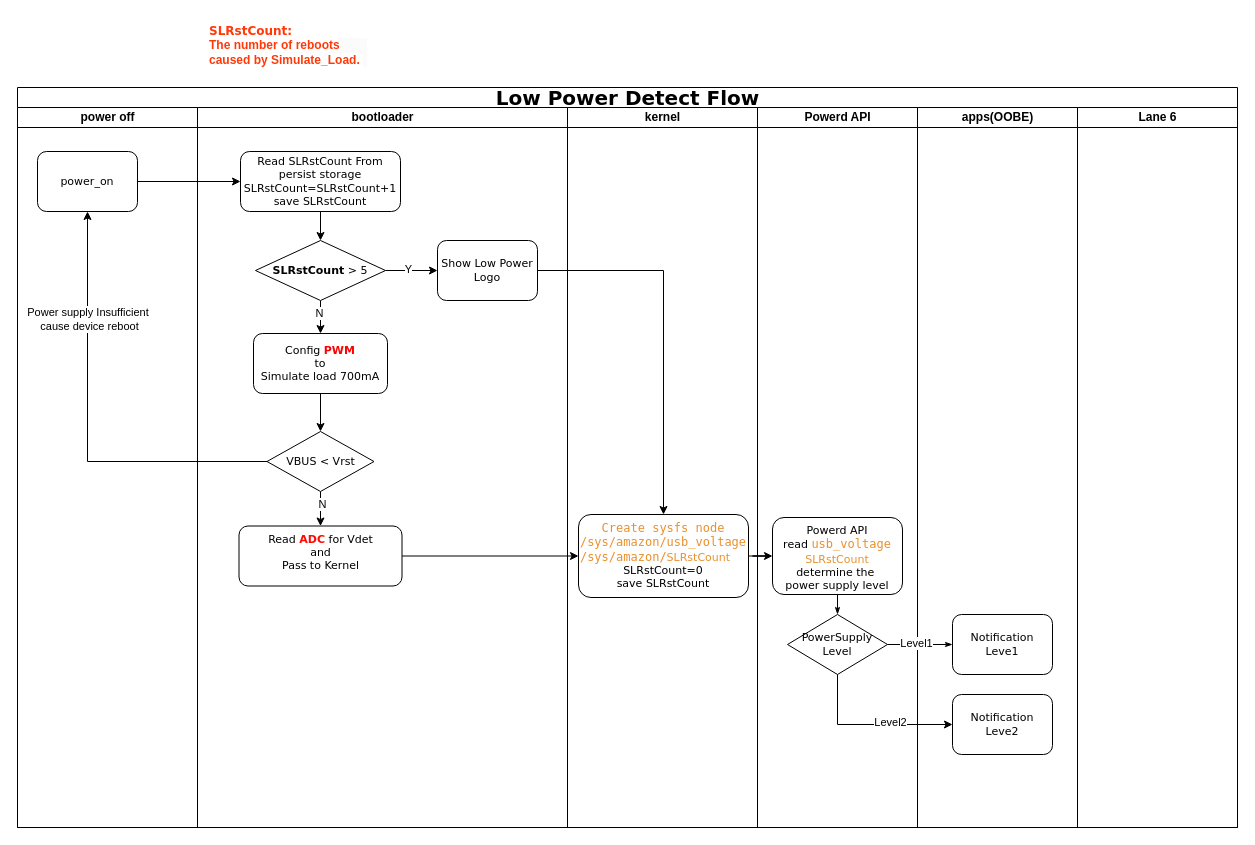
This is low_power_detect.drawio from skyliangbogit/test, a draw.io file, before an edit. Source tidied: cells renumbered, new cells numbered last; positions are measured from the earlier drawing's top-left corner, leaving out a move shared by most shapes. Both pictures are drawn from the tidied source at 100%, with x=0, y=0 at pixel (17, 17).
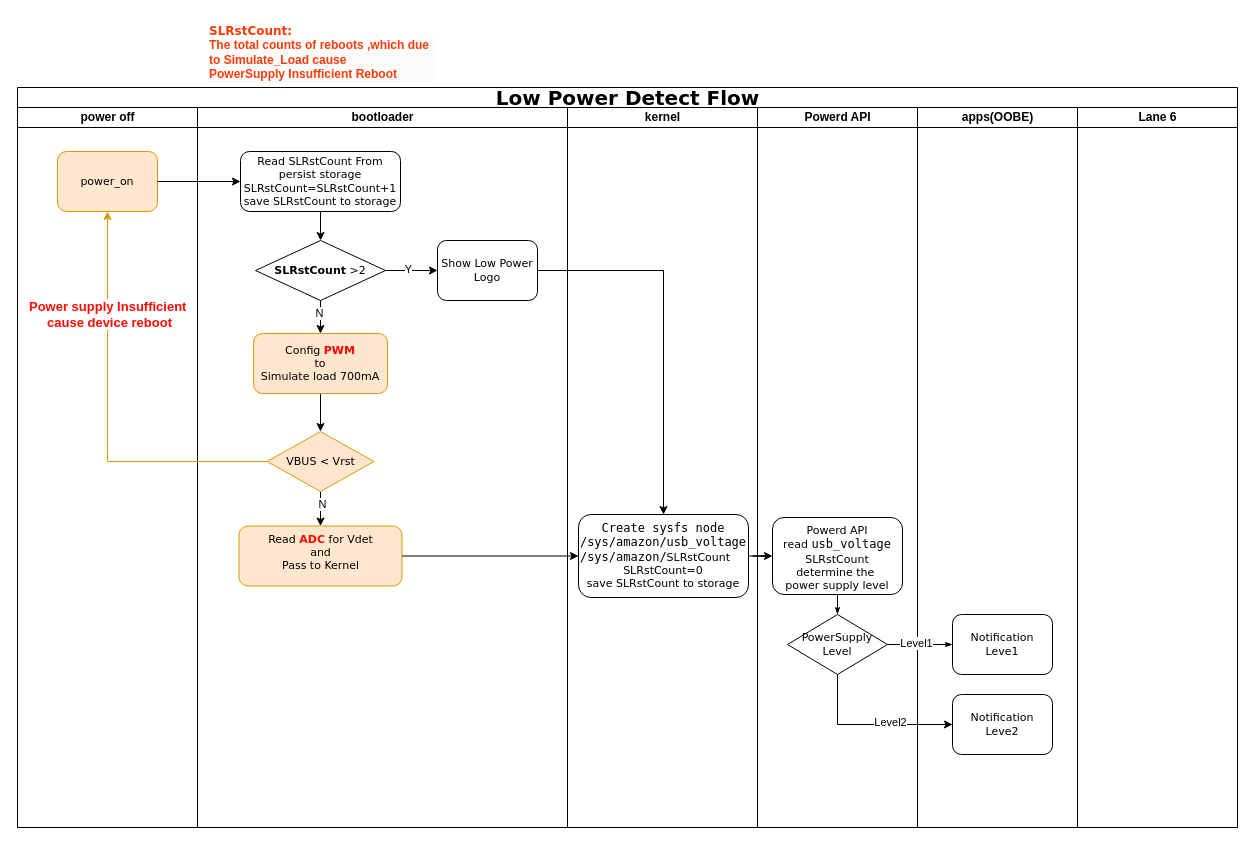
The same page after the edit.

Unchanged cells that the change refers to:
```xml
<mxCell id="3" value="power off" style="swimlane;html=1;startSize=20;" parent="2" vertex="1">
  <mxGeometry y="20" width="180" height="720" as="geometry" />
</mxCell>
<mxCell id="22" value="Powerd API" style="swimlane;html=1;startSize=20;" parent="2" vertex="1">
  <mxGeometry x="740" y="20" width="160" height="720" as="geometry" />
</mxCell>
```

Change to the diagram source:
```diff
@@
-    <mxCell id="2" value="&lt;font style=&quot;font-size: 20px;&quot;&gt;Low Power Detect Flow&lt;/font&gt;" style="swimlane;html=1;startSize=20;rounded=0;shadow=0;labelBackgroundColor=none;strokeWidth=1;fontFamily=Verdana;fontSize=8;align=center;" parent="1" vertex="1">
+    <mxCell id="2" value="&lt;font style=&quot;font-size: 20px;&quot;&gt;Low Power Detect Flow&lt;/font&gt;" style="swimlane;html=1;startSize=20;rounded=0;shadow=0;labelBackgroundColor=none;strokeWidth=1;fontFamily=Verdana;fontSize=8;align=center;swimlaneFillColor=default;" parent="1" vertex="1">
       <mxGeometry y="70" width="1220" height="740" as="geometry" />
     </mxCell>
@@
-    <mxCell id="4" value="power_on" style="rounded=1;whiteSpace=wrap;html=1;shadow=0;labelBackgroundColor=none;strokeWidth=1;fontFamily=Verdana;fontSize=11;align=center;" parent="3" vertex="1">
-      <mxGeometry x="20" y="44" width="100" height="60" as="geometry" />
+    <mxCell id="4" value="power_on" style="rounded=1;whiteSpace=wrap;html=1;shadow=0;labelBackgroundColor=none;strokeWidth=1;fontFamily=Verdana;fontSize=11;align=center;fillColor=#ffe6cc;strokeColor=#d79b00;" parent="3" vertex="1">
+      <mxGeometry x="40" y="44" width="100" height="60" as="geometry" />
     </mxCell>
-    <mxCell id="5" value="bootloader" style="swimlane;html=1;startSize=20;" parent="2" vertex="1">
+    <mxCell id="5" value="bootloader" style="swimlane;html=1;startSize=20;swimlaneFillColor=none;" parent="2" vertex="1">
       <mxGeometry x="180" y="20" width="370" height="720" as="geometry" />
     </mxCell>
@@
-    <mxCell id="7" value="Config &lt;b&gt;&lt;font color=&quot;#ff0000&quot;&gt;PWM&lt;/font&gt;&lt;/b&gt;&lt;br&gt;to &lt;br&gt;Simulate load 700mA" style="rounded=1;whiteSpace=wrap;html=1;shadow=0;labelBackgroundColor=none;strokeWidth=1;fontFamily=Verdana;fontSize=11;align=center;" parent="5" vertex="1">
+    <mxCell id="7" value="Config &lt;b&gt;&lt;font color=&quot;#ff0000&quot;&gt;PWM&lt;/font&gt;&lt;/b&gt;&lt;br&gt;to &lt;br&gt;Simulate load 700mA" style="rounded=1;whiteSpace=wrap;html=1;shadow=0;labelBackgroundColor=none;strokeWidth=1;fontFamily=Verdana;fontSize=11;align=center;fillColor=#ffe6cc;strokeColor=#d79b00;" parent="5" vertex="1">
       <mxGeometry x="56" y="226" width="134" height="60" as="geometry" />
     </mxCell>
-    <mxCell id="8" value="Read &lt;b&gt;&lt;font color=&quot;#ff0800&quot;&gt;ADC&lt;/font&gt;&lt;/b&gt; for Vdet&lt;div&gt;and&lt;/div&gt;&lt;div&gt;Pass to Kernel&lt;/div&gt;" style="rounded=1;whiteSpace=wrap;html=1;shadow=0;labelBackgroundColor=none;strokeWidth=1;fontFamily=Verdana;fontSize=11;align=center;verticalAlign=top;" parent="5" vertex="1">
+    <mxCell id="8" value="Read &lt;b&gt;&lt;font color=&quot;#ff0800&quot;&gt;ADC&lt;/font&gt;&lt;/b&gt; for Vdet&lt;div&gt;and&lt;/div&gt;&lt;div&gt;Pass to Kernel&lt;/div&gt;" style="rounded=1;whiteSpace=wrap;html=1;shadow=0;labelBackgroundColor=none;strokeWidth=1;fontFamily=Verdana;fontSize=11;align=center;verticalAlign=top;fillColor=#ffe6cc;strokeColor=#d79b00;" parent="5" vertex="1">
       <mxGeometry x="41.5" y="418.5" width="163" height="60" as="geometry" />
     </mxCell>
@@
-    <mxCell id="11" value="&lt;span style=&quot;font-size: 11px;&quot;&gt;VBUS &amp;lt; Vrst&lt;/span&gt;" style="rhombus;whiteSpace=wrap;html=1;rounded=0;shadow=0;labelBackgroundColor=none;strokeWidth=1;fontFamily=Verdana;fontSize=8;align=center;" parent="5" vertex="1">
+    <mxCell id="11" value="&lt;span style=&quot;font-size: 11px;&quot;&gt;VBUS &amp;lt; Vrst&lt;/span&gt;" style="rhombus;whiteSpace=wrap;html=1;rounded=0;shadow=0;labelBackgroundColor=none;strokeWidth=1;fontFamily=Verdana;fontSize=8;align=center;fillColor=#ffe6cc;strokeColor=#d79b00;" parent="5" vertex="1">
       <mxGeometry x="69.5" y="324" width="107" height="60" as="geometry" />
     </mxCell>
@@
-    <mxCell id="13" value="Read SLRstCount From&lt;div&gt;persist storage&lt;/div&gt;&lt;div&gt;SLRstCount=&lt;span style=&quot;background-color: initial;&quot;&gt;SLRstCount+1&lt;/span&gt;&lt;/div&gt;&lt;div&gt;save&amp;nbsp;&lt;span style=&quot;background-color: initial;&quot;&gt;SLRstCount&lt;/span&gt;&lt;/div&gt;" style="rounded=1;whiteSpace=wrap;html=1;shadow=0;labelBackgroundColor=none;strokeWidth=1;fontFamily=Verdana;fontSize=11;align=center;" parent="5" vertex="1">
+    <mxCell id="13" value="Read SLRstCount From&lt;div&gt;persist storage&lt;/div&gt;&lt;div&gt;SLRstCount=&lt;span style=&quot;background-color: initial;&quot;&gt;SLRstCount+1&lt;/span&gt;&lt;/div&gt;&lt;div&gt;save&amp;nbsp;&lt;span style=&quot;background-color: initial;&quot;&gt;SLRstCount to storage&lt;/span&gt;&lt;/div&gt;" style="rounded=1;whiteSpace=wrap;html=1;shadow=0;labelBackgroundColor=none;strokeWidth=1;fontFamily=Verdana;fontSize=11;align=center;" parent="5" vertex="1">
       <mxGeometry x="43" y="44" width="160" height="60" as="geometry" />
     </mxCell>
@@
-    <mxCell id="16" value="&lt;b style=&quot;font-size: 11px;&quot;&gt;SLRstCount&lt;/b&gt;&lt;span style=&quot;font-size: 11px;&quot;&gt;&amp;nbsp;&amp;gt; 5&lt;/span&gt;" style="rhombus;whiteSpace=wrap;html=1;rounded=0;shadow=0;labelBackgroundColor=none;strokeWidth=1;fontFamily=Verdana;fontSize=8;align=center;" parent="5" vertex="1">
+    <mxCell id="16" value="&lt;b style=&quot;font-size: 11px;&quot;&gt;SLRstCount&lt;/b&gt;&lt;span style=&quot;font-size: 11px;&quot;&gt;&amp;nbsp;&amp;gt;2&lt;/span&gt;" style="rhombus;whiteSpace=wrap;html=1;rounded=0;shadow=0;labelBackgroundColor=none;strokeWidth=1;fontFamily=Verdana;fontSize=8;align=center;" parent="5" vertex="1">
       <mxGeometry x="58" y="133" width="130" height="60" as="geometry" />
     </mxCell>
@@
-    <mxCell id="20" value="kernel" style="swimlane;html=1;startSize=20;" parent="2" vertex="1">
+    <mxCell id="20" value="kernel" style="swimlane;html=1;startSize=20;fillColor=#FFFFFF;strokeColor=#000000;swimlaneFillColor=none;" parent="2" vertex="1">
       <mxGeometry x="550" y="20" width="190" height="720" as="geometry" />
     </mxCell>
-    <mxCell id="21" value="&lt;span style=&quot;color: rgb(232, 145, 45); font-family: Monaco, Menlo, Consolas, &amp;quot;Courier New&amp;quot;, monospace; font-size: 12px; font-variant-ligatures: none; text-align: left; white-space-collapse: preserve; background-color: rgba(232, 232, 232, 0.04);&quot;&gt;Create sysfs node&lt;br&gt;/sys/amazon/usb_voltage&lt;/span&gt;&lt;div&gt;&lt;div style=&quot;text-align: left;&quot;&gt;&lt;span style=&quot;color: rgb(232, 145, 45); font-family: Monaco, Menlo, Consolas, &amp;quot;Courier New&amp;quot;, monospace; font-size: 12px; font-variant-ligatures: none; white-space-collapse: preserve; background-color: rgba(232, 232, 232, 0.04);&quot;&gt;/sys/amazon/&lt;/span&gt;&lt;span style=&quot;background-color: initial; text-align: center;&quot;&gt;&lt;font color=&quot;#e8912d&quot;&gt;SLRstCount&lt;/font&gt;&lt;/span&gt;&lt;/div&gt;&lt;div&gt;SLRstCount=0&lt;/div&gt;&lt;div&gt;save&amp;nbsp;&lt;span style=&quot;background-color: initial;&quot;&gt;SLRstCount&lt;/span&gt;&lt;/div&gt;&lt;/div&gt;" style="rounded=1;whiteSpace=wrap;html=1;shadow=0;labelBackgroundColor=none;strokeWidth=1;fontFamily=Verdana;fontSize=11;align=center;verticalAlign=top;" parent="20" vertex="1">
+    <mxCell id="21" value="&lt;span style=&quot;font-family: Monaco, Menlo, Consolas, &amp;quot;Courier New&amp;quot;, monospace; font-size: 12px; font-variant-ligatures: none; text-align: left; white-space-collapse: preserve; background-color: rgba(232, 232, 232, 0.04);&quot;&gt;Create sysfs node&lt;br&gt;/sys/amazon/usb_voltage&lt;/span&gt;&lt;div&gt;&lt;div style=&quot;text-align: left;&quot;&gt;&lt;span style=&quot;font-family: Monaco, Menlo, Consolas, &amp;quot;Courier New&amp;quot;, monospace; font-size: 12px; font-variant-ligatures: none; white-space-collapse: preserve; background-color: rgba(232, 232, 232, 0.04);&quot;&gt;/sys/amazon/&lt;/span&gt;&lt;span style=&quot;background-color: initial; text-align: center;&quot;&gt;&lt;font&gt;SLRstCount&lt;/font&gt;&lt;/span&gt;&lt;/div&gt;&lt;div&gt;SLRstCount=0&lt;/div&gt;&lt;div&gt;save&amp;nbsp;&lt;span style=&quot;background-color: initial;&quot;&gt;SLRstCount to storage&lt;/span&gt;&lt;/div&gt;&lt;/div&gt;" style="rounded=1;whiteSpace=wrap;html=1;shadow=0;labelBackgroundColor=none;strokeWidth=1;fontFamily=Verdana;fontSize=11;align=center;verticalAlign=top;fontColor=default;" parent="20" vertex="1">
       <mxGeometry x="11" y="407" width="170" height="83" as="geometry" />
     </mxCell>
@@
-    <mxCell id="23" value="Powerd API&lt;div&gt;read&amp;nbsp;&lt;span style=&quot;background-color: rgba(232, 232, 232, 0.04); color: rgb(232, 145, 45); font-family: Monaco, Menlo, Consolas, &amp;quot;Courier New&amp;quot;, monospace; font-size: 12px; font-variant-ligatures: none; text-align: left; white-space-collapse: preserve;&quot;&gt;usb_voltage&lt;/span&gt;&lt;/div&gt;&lt;div&gt;&lt;span style=&quot;color: rgb(232, 145, 45);&quot;&gt;SLRstCount&lt;/span&gt;&lt;span style=&quot;background-color: rgba(232, 232, 232, 0.04); color: rgb(232, 145, 45); font-family: Monaco, Menlo, Consolas, &amp;quot;Courier New&amp;quot;, monospace; font-size: 12px; font-variant-ligatures: none; text-align: left; white-space-collapse: preserve;&quot;&gt;&lt;/span&gt;&lt;/div&gt;&lt;div&gt;determine the&amp;nbsp;&lt;/div&gt;&lt;div&gt;power supply level&lt;/div&gt;" style="rounded=1;whiteSpace=wrap;html=1;shadow=0;labelBackgroundColor=none;strokeWidth=1;fontFamily=Verdana;fontSize=11;align=center;verticalAlign=top;" parent="22" vertex="1">
+    <mxCell id="23" value="Powerd API&lt;div&gt;read&amp;nbsp;&lt;span style=&quot;background-color: rgba(232, 232, 232, 0.04); font-family: Monaco, Menlo, Consolas, &amp;quot;Courier New&amp;quot;, monospace; font-size: 12px; font-variant-ligatures: none; text-align: left; white-space-collapse: preserve;&quot;&gt;usb_voltage&lt;/span&gt;&lt;/div&gt;&lt;div&gt;&lt;span style=&quot;&quot;&gt;SLRstCount&lt;/span&gt;&lt;span style=&quot;background-color: rgba(232, 232, 232, 0.04); font-family: Monaco, Menlo, Consolas, &amp;quot;Courier New&amp;quot;, monospace; font-size: 12px; font-variant-ligatures: none; text-align: left; white-space-collapse: preserve;&quot;&gt;&lt;/span&gt;&lt;/div&gt;&lt;div&gt;determine the&amp;nbsp;&lt;/div&gt;&lt;div&gt;power supply level&lt;/div&gt;" style="rounded=1;whiteSpace=wrap;html=1;shadow=0;labelBackgroundColor=none;strokeWidth=1;fontFamily=Verdana;fontSize=11;align=center;verticalAlign=top;fontColor=default;" parent="22" vertex="1">
       <mxGeometry x="15" y="410" width="130" height="77" as="geometry" />
     </mxCell>
@@
-    <mxCell id="30" style="edgeStyle=orthogonalEdgeStyle;rounded=0;jettySize=auto;html=1;entryX=0.5;entryY=1;entryDx=0;entryDy=0;exitX=0;exitY=0.5;exitDx=0;exitDy=0;" parent="2" edge="1" source="11" target="4">
+    <mxCell id="30" style="edgeStyle=orthogonalEdgeStyle;rounded=0;jettySize=auto;html=1;entryX=0.5;entryY=1;entryDx=0;entryDy=0;exitX=0;exitY=0.5;exitDx=0;exitDy=0;fillColor=#ffe6cc;strokeColor=#d79b00;" parent="2" edge="1" source="11" target="4">
       <mxGeometry relative="1" as="geometry">
         <Array as="points">
-          <mxPoint x="70" y="374" />
+          <mxPoint x="90" y="374" />
         </Array>
       </mxGeometry>
     </mxCell>
-    <mxCell id="31" value="Power supply Insufficient&amp;nbsp;&lt;br&gt;cause device reboot" style="edgeLabel;html=1;align=center;verticalAlign=middle;" parent="30" vertex="1">
+    <mxCell id="31" value="&lt;b&gt;&lt;font color=&quot;#ff0b03&quot; style=&quot;font-size: 13px;&quot;&gt;Power supply Insufficient&amp;nbsp;&lt;br&gt;cause device reboot&lt;/font&gt;&lt;/b&gt;" style="edgeLabel;html=1;align=center;verticalAlign=middle;" parent="30" vertex="1">
       <mxGeometry x="0.5" y="-1" relative="1" as="geometry" />
     </mxCell>
@@
-    <mxCell id="40" value="&lt;b&gt;&lt;font color=&quot;#ff3908&quot;&gt;&lt;span style=&quot;font-family: Verdana;&quot;&gt;SLRstCount:&lt;/span&gt;&lt;br style=&quot;forced-color-adjust: none; font-family: Verdana; font-style: normal; font-variant-ligatures: normal; font-variant-caps: normal; letter-spacing: normal; orphans: 2; text-indent: 0px; text-transform: none; widows: 2; word-spacing: 0px; -webkit-text-stroke-width: 0px; white-space: normal; background-color: rgb(251, 251, 251); text-decoration-thickness: initial; text-decoration-style: initial; text-decoration-color: initial;&quot;&gt;&lt;/font&gt;&lt;/b&gt;&lt;div style=&quot;forced-color-adjust: none; font-family: Verdana; font-style: normal; font-variant-ligatures: normal; font-variant-caps: normal; letter-spacing: normal; orphans: 2; text-indent: 0px; text-transform: none; widows: 2; word-spacing: 0px; -webkit-text-stroke-width: 0px; white-space: normal; background-color: rgb(251, 251, 251); text-decoration-thickness: initial; text-decoration-style: initial; text-decoration-color: initial;&quot;&gt;&lt;span style=&quot;font-family: &amp;quot;Amazon Ember&amp;quot;, &amp;quot;Amazon Ember Arabic&amp;quot;, Arial, sans-serif; background-color: rgb(255, 255, 255);&quot;&gt;&lt;b style=&quot;&quot;&gt;&lt;font color=&quot;#ff3908&quot;&gt;The number of reboots caused by Simulate_Load.&amp;nbsp;&lt;/font&gt;&lt;/b&gt;&lt;/span&gt;&lt;/div&gt;" style="text;whiteSpace=wrap;html=1;align=left;" parent="1" vertex="1">
-      <mxGeometry x="190" width="160" height="60" as="geometry" />
+    <mxCell id="40" value="&lt;b&gt;&lt;font color=&quot;#ff3908&quot;&gt;&lt;span style=&quot;font-family: Verdana;&quot;&gt;SLRstCount:&lt;/span&gt;&lt;br style=&quot;forced-color-adjust: none; font-family: Verdana; font-style: normal; font-variant-ligatures: normal; font-variant-caps: normal; letter-spacing: normal; orphans: 2; text-indent: 0px; text-transform: none; widows: 2; word-spacing: 0px; -webkit-text-stroke-width: 0px; white-space: normal; background-color: rgb(251, 251, 251); text-decoration-thickness: initial; text-decoration-style: initial; text-decoration-color: initial;&quot;&gt;&lt;/font&gt;&lt;/b&gt;&lt;div style=&quot;forced-color-adjust: none; font-family: Verdana; font-style: normal; font-variant-ligatures: normal; font-variant-caps: normal; letter-spacing: normal; orphans: 2; text-indent: 0px; text-transform: none; widows: 2; word-spacing: 0px; -webkit-text-stroke-width: 0px; white-space: normal; background-color: rgb(251, 251, 251); text-decoration-thickness: initial; text-decoration-style: initial; text-decoration-color: initial;&quot;&gt;&lt;span style=&quot;font-family: &amp;quot;Amazon Ember&amp;quot;, &amp;quot;Amazon Ember Arabic&amp;quot;, Arial, sans-serif; background-color: rgb(255, 255, 255);&quot;&gt;&lt;b style=&quot;&quot;&gt;&lt;font color=&quot;#ff3908&quot;&gt;The total counts of reboots ,which due to&amp;nbsp;&lt;/font&gt;&lt;/b&gt;&lt;/span&gt;&lt;b style=&quot;font-family: &amp;quot;Amazon Ember&amp;quot;, &amp;quot;Amazon Ember Arabic&amp;quot;, Arial, sans-serif;&quot;&gt;&lt;font color=&quot;#ff3908&quot;&gt;Simulate_Load cause&amp;nbsp;&lt;/font&gt;&lt;/b&gt;&lt;/div&gt;&lt;div style=&quot;forced-color-adjust: none; font-family: Verdana; font-style: normal; font-variant-ligatures: normal; font-variant-caps: normal; letter-spacing: normal; orphans: 2; text-indent: 0px; text-transform: none; widows: 2; word-spacing: 0px; -webkit-text-stroke-width: 0px; white-space: normal; background-color: rgb(251, 251, 251); text-decoration-thickness: initial; text-decoration-style: initial; text-decoration-color: initial;&quot;&gt;&lt;span style=&quot;font-family: &amp;quot;Amazon Ember&amp;quot;, &amp;quot;Amazon Ember Arabic&amp;quot;, Arial, sans-serif; background-color: rgb(255, 255, 255);&quot;&gt;&lt;b style=&quot;&quot;&gt;&lt;font color=&quot;#ff3908&quot;&gt;PowerSupply Insufficient Reboot&lt;br&gt;&lt;/font&gt;&lt;/b&gt;&lt;/span&gt;&lt;/div&gt;" style="text;whiteSpace=wrap;html=1;align=left;" parent="1" vertex="1">
+      <mxGeometry x="190" width="230" height="60" as="geometry" />
     </mxCell>
```
